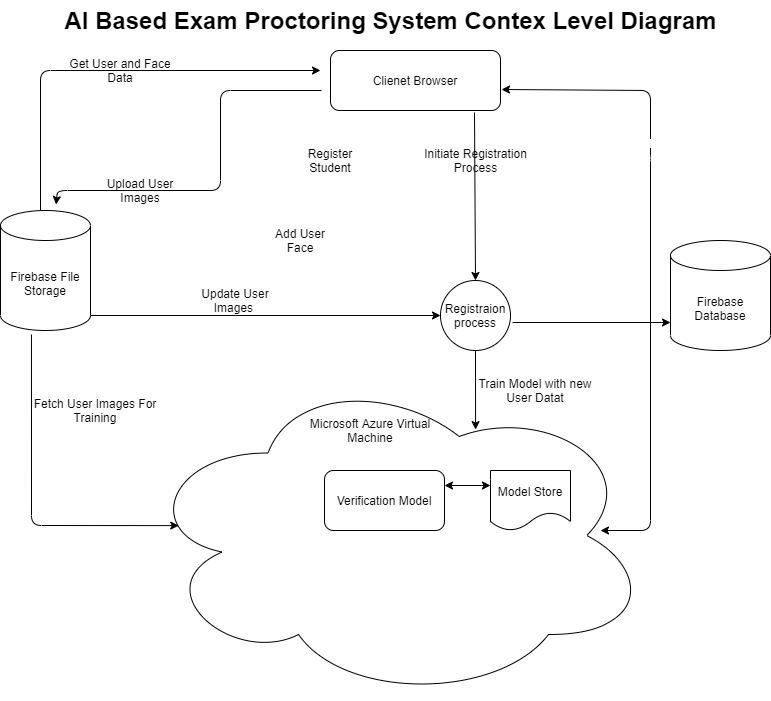
Earlier version of the draw.io export design/contextLevel.drawio.png (dijiflex/ai-based-exam-proctoring). Source tidied: cells renumbered, new cells last; positions are measured from the earlier drawing's top-left corner, leaving out a move shared by most shapes.
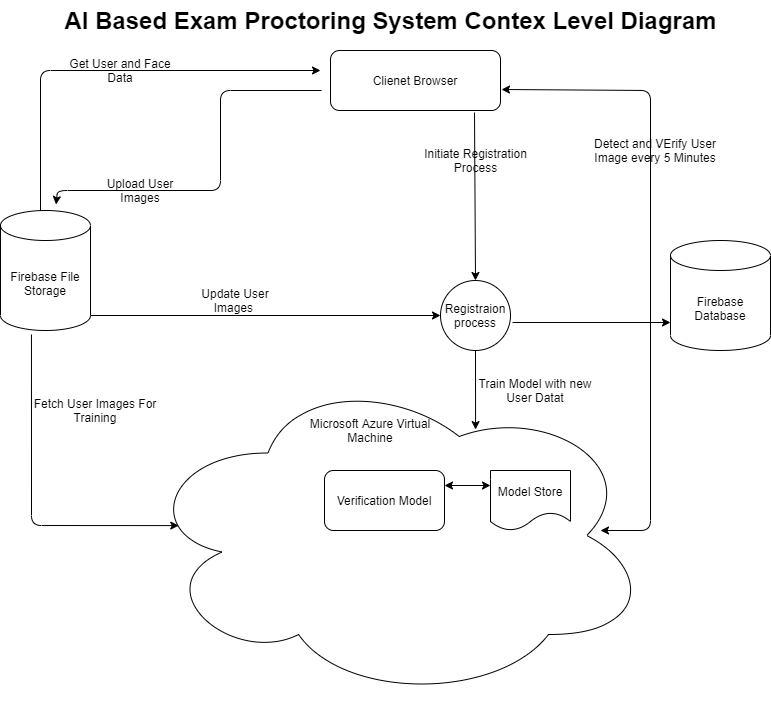
After the change.

Commit message:
Modified context level diagram

Diff of the diagram source:
```diff
@@ -23,12 +23,6 @@
     <mxCell id="8" value="AI Based Exam Proctoring System Contex Level Diagram" style="text;strokeColor=none;fillColor=none;html=1;fontSize=24;fontStyle=1;verticalAlign=middle;align=center;" parent="1" vertex="1">
       <mxGeometry x="340" width="100" height="40" as="geometry" />
     </mxCell>
-    <mxCell id="9" value="Register Student" style="text;html=1;strokeColor=none;fillColor=none;align=center;verticalAlign=middle;whiteSpace=wrap;rounded=0;" parent="1" vertex="1">
-      <mxGeometry x="310" y="150" width="40" height="20" as="geometry" />
-    </mxCell>
-    <mxCell id="10" value="Add User Face" style="text;html=1;strokeColor=none;fillColor=none;align=center;verticalAlign=middle;whiteSpace=wrap;rounded=0;" parent="1" vertex="1">
-      <mxGeometry x="270" y="230" width="60" height="20" as="geometry" />
-    </mxCell>
     <mxCell id="11" style="endArrow=classic;html=1;" parent="1" edge="1">
       <mxGeometry relative="1" as="geometry">
         <mxPoint x="40" y="210" as="sourcePoint" />
@@ -108,7 +102,7 @@
         </Array>
       </mxGeometry>
     </mxCell>
-    <mxCell id="29" value="Detect and VErify User Image every 5 Minutes&lt;br&gt;" style="text;html=1;strokeColor=none;fillColor=none;align=center;verticalAlign=middle;whiteSpace=wrap;rounded=0;fontColor=#FFFFFF;" parent="1" vertex="1">
+    <mxCell id="29" value="Detect and VErify User Image every 5 Minutes&lt;br&gt;" style="text;html=1;strokeColor=none;fillColor=none;align=center;verticalAlign=middle;whiteSpace=wrap;rounded=0;fontColor=#000000;" parent="1" vertex="1">
       <mxGeometry x="580" y="140" width="150" height="20" as="geometry" />
     </mxCell>
   </root>
```
